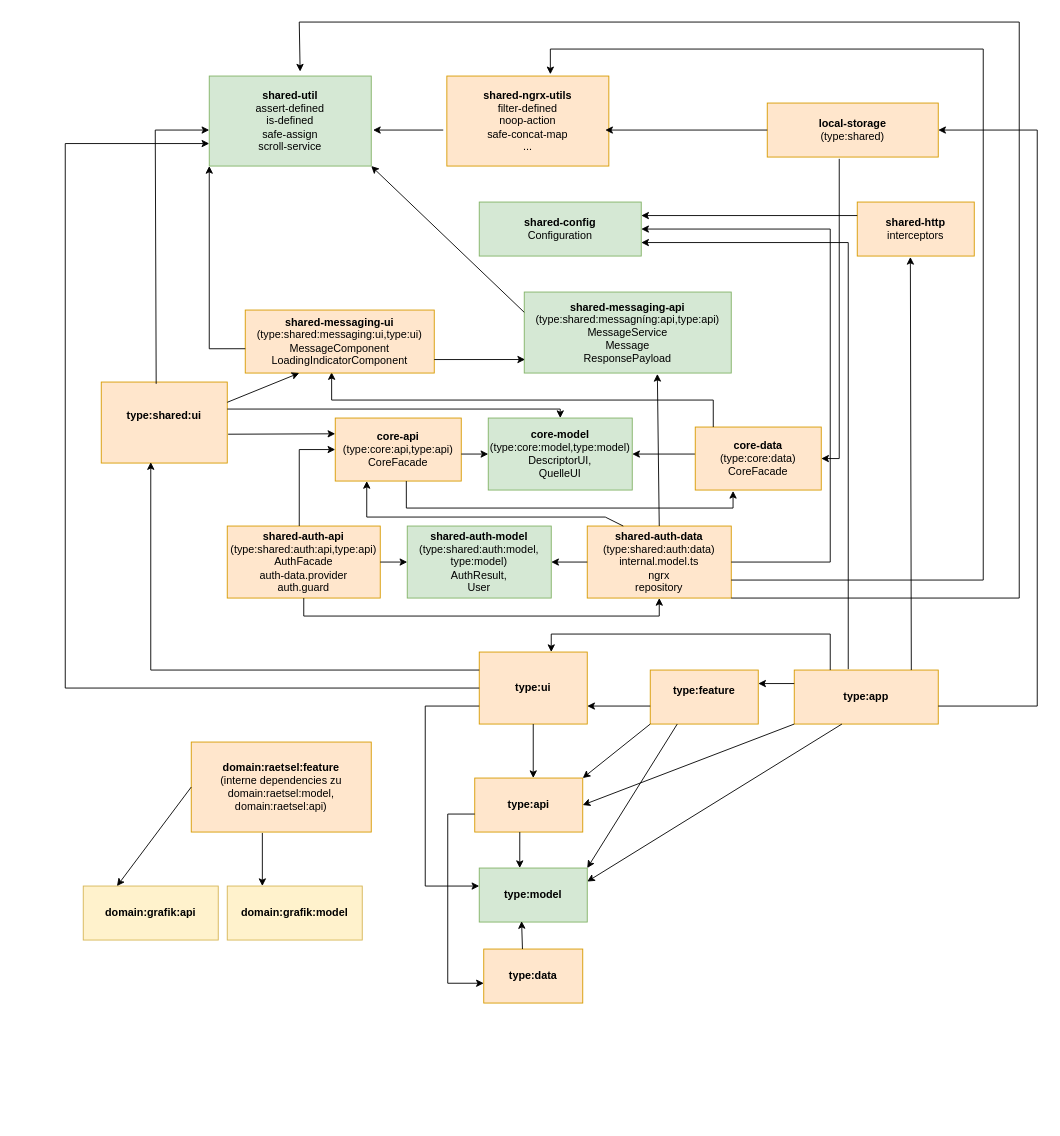
heike2718/mathe-jung-alt keeps this draw.io diagram as frontend/documentation/dependency-rules.drawio. Above is the earlier version. Source tidied: cells renumbered, new cells numbered last; positions are measured from the earlier drawing's top-left corner, leaving out a move shared by most shapes. Both pictures are drawn from the tidied source at 90%, with x=0, y=0 at pixel (65, 22).
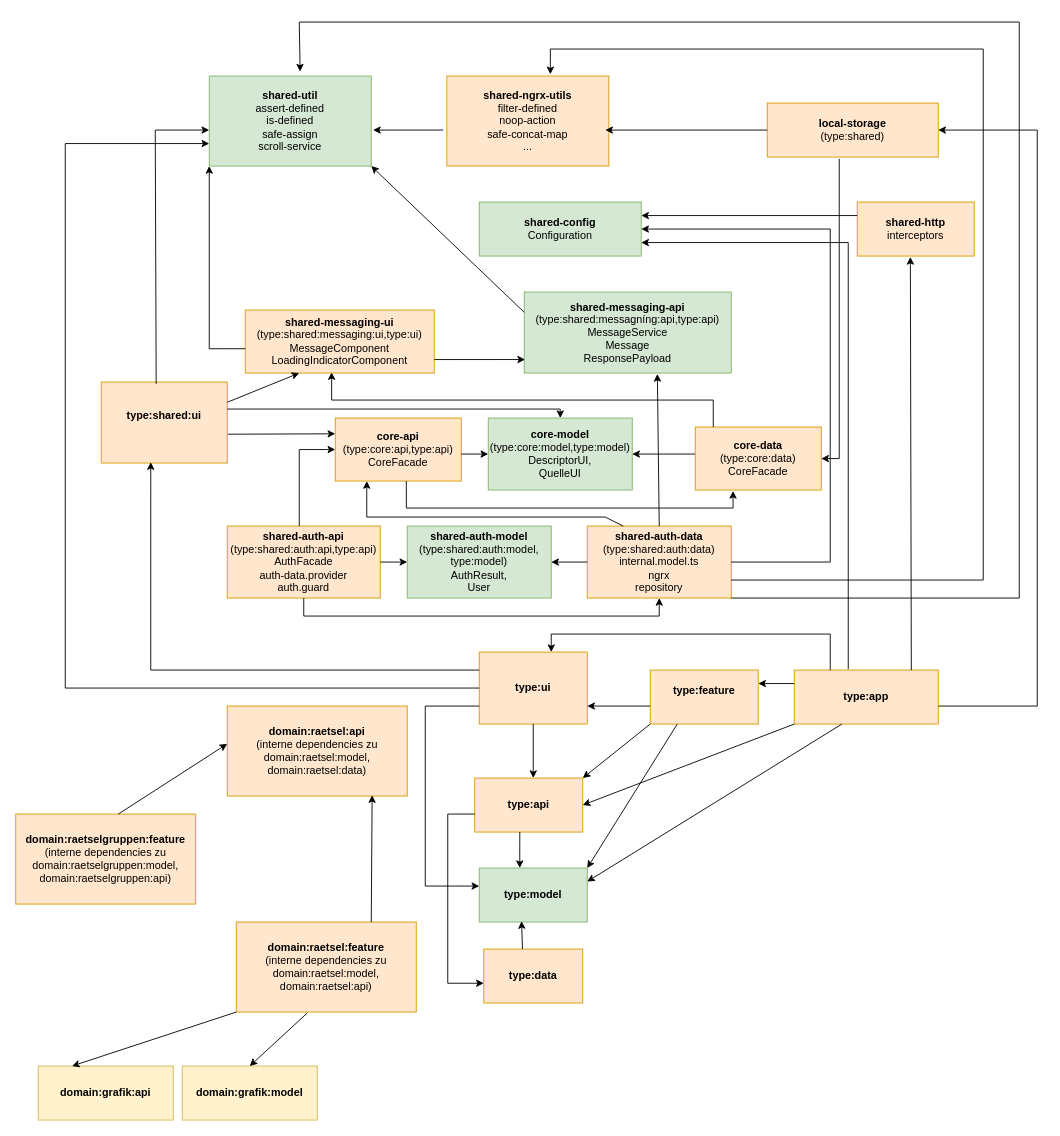
The same diagram, later.

Diff of the diagram source:
```diff
@@
     <mxCell id="62" value="&lt;b&gt;domain:raetsel:feature&lt;/b&gt;&lt;br&gt;(interne dependencies zu domain:raetsel:model,&lt;br&gt;domain:raetsel:api)" style="rounded=0;whiteSpace=wrap;html=1;fillColor=#ffe6cc;strokeColor=#d79b00;" parent="1" vertex="1">
-      <mxGeometry x="140" y="800" width="200" height="100" as="geometry" />
+      <mxGeometry x="190" y="1000" width="200" height="100" as="geometry" />
     </mxCell>
     <mxCell id="63" value="&lt;b&gt;domain:grafik:api&lt;/b&gt;" style="rounded=0;whiteSpace=wrap;html=1;fillColor=#fff2cc;strokeColor=#d6b656;" parent="1" vertex="1">
-      <mxGeometry x="20" y="960" width="150" height="60" as="geometry" />
+      <mxGeometry x="-30" y="1160" width="150" height="60" as="geometry" />
     </mxCell>
     <mxCell id="64" value="&lt;b&gt;domain:grafik:model&lt;/b&gt;" style="rounded=0;whiteSpace=wrap;html=1;fillColor=#fff2cc;strokeColor=#d6b656;" parent="1" vertex="1">
-      <mxGeometry x="180" y="960" width="150" height="60" as="geometry" />
+      <mxGeometry x="130" y="1160" width="150" height="60" as="geometry" />
     </mxCell>
-    <mxCell id="65" style="endArrow=classic;html=1;rounded=0;exitX=0;exitY=0.5;exitDx=0;exitDy=0;entryX=0.25;entryY=0;entryDx=0;entryDy=0;" parent="1" edge="1" source="62" target="63">
+    <mxCell id="65" style="endArrow=classic;html=1;rounded=0;exitX=0;exitY=1;exitDx=0;exitDy=0;entryX=0.25;entryY=0;entryDx=0;entryDy=0;" parent="1" edge="1" source="62" target="63">
       <mxGeometry relative="1" as="geometry" />
     </mxCell>
-    <mxCell id="66" style="endArrow=classic;html=1;rounded=0;exitX=0.395;exitY=1.01;exitDx=0;exitDy=0;exitPerimeter=0;" parent="1" edge="1" source="62">
-      <mxGeometry relative="1" as="geometry">
-        <mxPoint x="219" y="960" as="targetPoint" />
-      </mxGeometry>
+    <mxCell id="66" style="endArrow=classic;html=1;rounded=0;exitX=0.395;exitY=1.01;exitDx=0;exitDy=0;exitPerimeter=0;entryX=0.5;entryY=0;entryDx=0;entryDy=0;" parent="1" edge="1" source="62" target="64">
+      <mxGeometry relative="1" as="geometry" />
     </mxCell>
@@
+    <mxCell id="68" value="&lt;b&gt;domain:raetselgruppen:feature&lt;/b&gt;&lt;br&gt;(interne dependencies zu domain:raetselgruppen:model,&lt;br&gt;domain:raetselgruppen:api)" style="rounded=0;whiteSpace=wrap;html=1;fillColor=#ffe6cc;strokeColor=#d79b00;" parent="1" vertex="1">
+      <mxGeometry x="-55" y="880" width="200" height="100" as="geometry" />
+    </mxCell>
+    <mxCell id="69" value="&lt;b&gt;domain:raetsel:api&lt;/b&gt;&lt;br&gt;(interne dependencies zu domain:raetsel:model,&lt;br&gt;domain:raetsel:data)" style="rounded=0;whiteSpace=wrap;html=1;fillColor=#ffe6cc;strokeColor=#d79b00;" parent="1" vertex="1">
+      <mxGeometry x="180" y="760" width="200" height="100" as="geometry" />
+    </mxCell>
+    <mxCell id="70" style="endArrow=classic;html=1;rounded=0;exitX=0.75;exitY=0;exitDx=0;exitDy=0;entryX=0.805;entryY=0.99;entryDx=0;entryDy=0;entryPerimeter=0;" parent="1" edge="1" source="62" target="69">
+      <mxGeometry relative="1" as="geometry" />
+    </mxCell>
+    <mxCell id="71" style="endArrow=classic;html=1;rounded=0;exitX=0.57;exitY=0;exitDx=0;exitDy=0;exitPerimeter=0;entryX=0;entryY=0.42;entryDx=0;entryDy=0;entryPerimeter=0;" parent="1" edge="1" source="68" target="69">
+      <mxGeometry relative="1" as="geometry" />
+    </mxCell>
```
